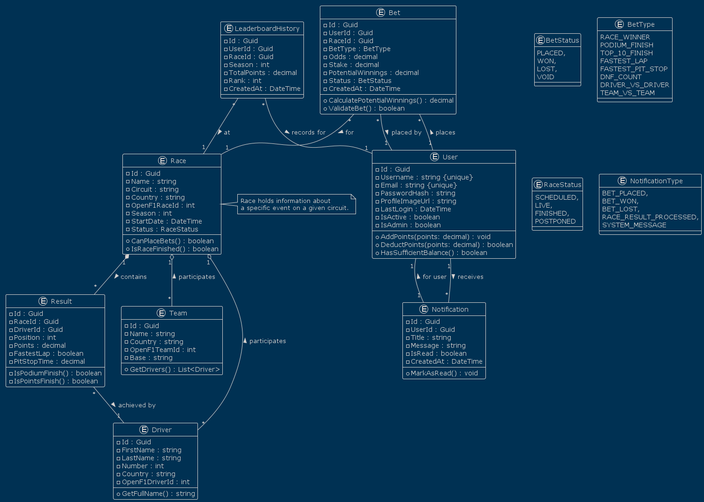
Above: docs/architecture/F1BettingGame_DomainModel.png in micjaw310589/f1-betting-game (PlantUML), before the change. Its diagram source:
```plantuml
@startuml F1BettingGame_DomainModel
!theme blueprint

entity User {
  - Id : Guid
  - Username : string {unique}
  - Email : string {unique}
  - PasswordHash : string
  - ProfileImageUrl : string
  - LastLogin : DateTime
  - IsActive : boolean
  - IsAdmin : boolean
  --
  + AddPoints(points: decimal) : void
  + DeductPoints(points: decimal) : boolean
  + HasSufficientBalance() : boolean
}

entity Race {
  - Id : Guid
  - Name : string
  - Circuit : string
  - Country : string
  - OpenF1RaceId : int
  - Season : int
  - StartDate : DateTime
  - Status : RaceStatus
  --
  + CanPlaceBets() : boolean
  + IsRaceFinished() : boolean
}

entity Driver {
  - Id : Guid
  - FirstName : string
  - LastName : string
  - Number : int
  - Country : string
  - OpenF1DriverId : int
  --
  + GetFullName() : string
}

entity Team {
  - Id : Guid
  - Name : string
  - Country : string
  - OpenF1TeamId : int
  - Base : string
  --
  + GetDrivers() : List<Driver>
}

entity Bet {
  - Id : Guid
  - UserId : Guid
  - RaceId : Guid
  - BetType : BetType
  - Odds : decimal
  - Stake : decimal
  - PotentialWinnings : decimal
  - Status : BetStatus
  - CreatedAt : DateTime
  --
  + CalculatePotentialWinnings() : decimal
  + ValidateBet() : boolean
}

entity Result {
  - Id : Guid
  - RaceId : Guid
  - DriverId : Guid
  - Position : int
  - Points : decimal
  - FastestLap : boolean
  - PitStopTime : decimal
  - IsPodiumFinish() : boolean
  - IsPointsFinish() : boolean
}

entity LeaderboardHistory {
  - Id : Guid
  - UserId : Guid
  - RaceId : Guid
  - Season : int
  - TotalPoints : decimal
  - Rank : int
  - CreatedAt : DateTime
}

entity Notification {
  - Id : Guid
  - UserId : Guid
  - Title : string
  - Message : string
  - IsRead : boolean
  - CreatedAt : DateTime
  --
  + MarkAsRead() : void
}

enum BetStatus {
  PLACED,
  WON,
  LOST,
  VOID
}
enum BetType {
  RACE_WINNER
  PODIUM_FINISH
  TOP_10_FINISH
  FASTEST_LAP
  FASTEST_PIT_STOP
  DNF_COUNT
  DRIVER_VS_DRIVER
  TEAM_VS_TEAM
}
enum RaceStatus {
  SCHEDULED,
  LIVE,
  FINISHED,
  POSTPONED
}
enum NotificationType {
  BET_PLACED,
  BET_WON,
  BET_LOST,
  RACE_RESULT_PROCESSED,
  SYSTEM_MESSAGE
}


User "1" -- "*" Bet : places >

User "1" -- "*" Notification : receives >

Race "1" o-- "*" Driver : participates <
Race "1" o-- "*" Team : participates <
Race "1" *-- "*" Result : contains >

Bet "*" -- "1" Race : for >
Bet "*" -- "1" User : placed by >

Result "*" -- "1" Driver : achieved by >

LeaderboardHistory "*" -- "1" User : records for >
LeaderboardHistory "*" -- "1" Race : at >

Notification "1" -- "1" User : for user >

note right of Race
  Race holds information about
  a specific event on a given circuit.
end note

@enduml
```
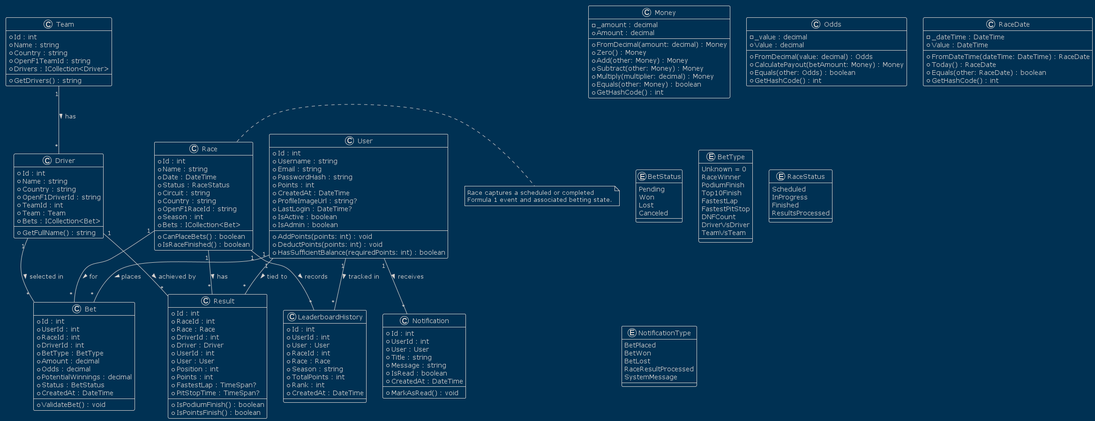
The same file after the commit.

The edit, as a diff of the source:
```diff
@@ -1,156 +1,194 @@
 @startuml F1BettingGame_DomainModel
 !theme blueprint
 
-entity User {
-  - Id : Guid
-  - Username : string {unique}
-  - Email : string {unique}
-  - PasswordHash : string
-  - ProfileImageUrl : string
-  - LastLogin : DateTime
-  - IsActive : boolean
-  - IsAdmin : boolean
-  --
-  + AddPoints(points: decimal) : void
-  + DeductPoints(points: decimal) : boolean
-  + HasSufficientBalance() : boolean
+class Money {
+  - _amount : decimal
+  + Amount : decimal
+  + FromDecimal(amount: decimal) : Money
+  + Zero() : Money
+  + Add(other: Money) : Money
+  + Subtract(other: Money) : Money
+  + Multiply(multiplier: decimal) : Money
+  + Equals(other: Money) : boolean
+  + GetHashCode() : int
 }
 
-entity Race {
-  - Id : Guid
-  - Name : string
-  - Circuit : string
-  - Country : string
-  - OpenF1RaceId : int
-  - Season : int
-  - StartDate : DateTime
-  - Status : RaceStatus
+class Odds {
+  - _value : decimal
+  + Value : decimal
+  + FromDecimal(value: decimal) : Odds
+  + CalculatePayout(betAmount: Money) : Money
+  + Equals(other: Odds) : boolean
+  + GetHashCode() : int
+}
+
+class RaceDate {
+  - _dateTime : DateTime
+  + Value : DateTime
+  + FromDateTime(dateTime: DateTime) : RaceDate
+  + Today() : RaceDate
+  + Equals(other: RaceDate) : boolean
+  + GetHashCode() : int
+}
+
+class User {
+  + Id : int
+  + Username : string
+  + Email : string
+  + PasswordHash : string
+  + Points : int
+  + CreatedAt : DateTime
+  + ProfileImageUrl : string?
+  + LastLogin : DateTime?
+  + IsActive : boolean
+  + IsAdmin : boolean
+  --
+  + AddPoints(points: int) : void
+  + DeductPoints(points: int) : void
+  + HasSufficientBalance(requiredPoints: int) : boolean
+}
+
+class Race {
+  + Id : int
+  + Name : string
+  + Date : DateTime
+  + Status : RaceStatus
+  + Circuit : string
+  + Country : string
+  + OpenF1RaceId : string
+  + Season : int
+  + Bets : ICollection<Bet>
   --
   + CanPlaceBets() : boolean
   + IsRaceFinished() : boolean
 }
 
-entity Driver {
-  - Id : Guid
-  - FirstName : string
-  - LastName : string
-  - Number : int
-  - Country : string
-  - OpenF1DriverId : int
+class Driver {
+  + Id : int
+  + Name : string
+  + Country : string
+  + OpenF1DriverId : string
+  + TeamId : int
+  + Team : Team
+  + Bets : ICollection<Bet>
   --
   + GetFullName() : string
 }
 
-entity Team {
-  - Id : Guid
-  - Name : string
-  - Country : string
-  - OpenF1TeamId : int
-  - Base : string
+class Team {
+  + Id : int
+  + Name : string
+  + Country : string
+  + OpenF1TeamId : string
+  + Drivers : ICollection<Driver>
   --
-  + GetDrivers() : List<Driver>
+  + GetDrivers() : string
 }
 
-entity Bet {
-  - Id : Guid
-  - UserId : Guid
-  - RaceId : Guid
-  - BetType : BetType
-  - Odds : decimal
-  - Stake : decimal
-  - PotentialWinnings : decimal
-  - Status : BetStatus
-  - CreatedAt : DateTime
+class Bet {
+  + Id : int
+  + UserId : int
+  + RaceId : int
+  + DriverId : int
+  + BetType : BetType
+  + Amount : decimal
+  + Odds : decimal
+  + PotentialWinnings : decimal
+  + Status : BetStatus
+  + CreatedAt : DateTime
   --
-  + CalculatePotentialWinnings() : decimal
-  + ValidateBet() : boolean
+  + ValidateBet() : void
 }
 
-entity Result {
-  - Id : Guid
-  - RaceId : Guid
-  - DriverId : Guid
-  - Position : int
-  - Points : decimal
-  - FastestLap : boolean
-  - PitStopTime : decimal
-  - IsPodiumFinish() : boolean
-  - IsPointsFinish() : boolean
+class Result {
+  + Id : int
+  + RaceId : int
+  + Race : Race
+  + DriverId : int
+  + Driver : Driver
+  + UserId : int
+  + User : User
+  + Position : int
+  + Points : int
+  + FastestLap : TimeSpan?
+  + PitStopTime : TimeSpan?
+  --
+  + IsPodiumFinish() : boolean
+  + IsPointsFinish() : boolean
 }
 
-entity LeaderboardHistory {
-  - Id : Guid
-  - UserId : Guid
-  - RaceId : Guid
-  - Season : int
-  - TotalPoints : decimal
-  - Rank : int
-  - CreatedAt : DateTime
+class LeaderboardHistory {
+  + Id : int
+  + UserId : int
+  + User : User
+  + RaceId : int
+  + Race : Race
+  + Season : string
+  + TotalPoints : int
+  + Rank : int
+  + CreatedAt : DateTime
 }
 
-entity Notification {
-  - Id : Guid
-  - UserId : Guid
-  - Title : string
-  - Message : string
-  - IsRead : boolean
-  - CreatedAt : DateTime
+class Notification {
+  + Id : int
+  + UserId : int
+  + User : User
+  + Title : string
+  + Message : string
+  + IsRead : boolean
+  + CreatedAt : DateTime
   --
   + MarkAsRead() : void
 }
 
 enum BetStatus {
-  PLACED,
-  WON,
-  LOST,
-  VOID
-}
-enum BetType {
-  RACE_WINNER
-  PODIUM_FINISH
-  TOP_10_FINISH
-  FASTEST_LAP
-  FASTEST_PIT_STOP
-  DNF_COUNT
-  DRIVER_VS_DRIVER
-  TEAM_VS_TEAM
-}
-enum RaceStatus {
-  SCHEDULED,
-  LIVE,
-  FINISHED,
-  POSTPONED
-}
-enum NotificationType {
-  BET_PLACED,
-  BET_WON,
-  BET_LOST,
-  RACE_RESULT_PROCESSED,
-  SYSTEM_MESSAGE
+  Pending
+  Won
+  Lost
+  Canceled
 }
 
+enum BetType {
+  Unknown = 0
+  RaceWinner
+  PodiumFinish
+  Top10Finish
+  FastestLap
+  FastestPitStop
+  DNFCount
+  DriverVsDriver
+  TeamVsTeam
+}
+
+enum RaceStatus {
+  Scheduled
+  InProgress
+  Finished
+  ResultsProcessed
+}
+
+enum NotificationType {
+  BetPlaced
+  BetWon
+  BetLost
+  RaceResultProcessed
+  SystemMessage
+}
 
 User "1" -- "*" Bet : places >
-
 User "1" -- "*" Notification : receives >
-
-Race "1" o-- "*" Driver : participates <
-Race "1" o-- "*" Team : participates <
-Race "1" *-- "*" Result : contains >
-
-Bet "*" -- "1" Race : for >
-Bet "*" -- "1" User : placed by >
-
-Result "*" -- "1" Driver : achieved by >
-
-LeaderboardHistory "*" -- "1" User : records for >
-LeaderboardHistory "*" -- "1" Race : at >
-
-Notification "1" -- "1" User : for user >
+User "1" -- "*" LeaderboardHistory : tracked in >
+User "1" -- "*" Result : tied to >
+Race "1" -- "*" Bet : for >
+Race "1" -- "*" Result : has >
+Race "1" -- "*" LeaderboardHistory : records >
+Team "1" -- "*" Driver : has >
+Driver "1" -- "*" Bet : selected in >
+Driver "1" -- "*" Result : achieved by >
 
 note right of Race
-  Race holds information about
-  a specific event on a given circuit.
+  Race captures a scheduled or completed
+  Formula 1 event and associated betting state.
 end note
 
 @enduml
```
